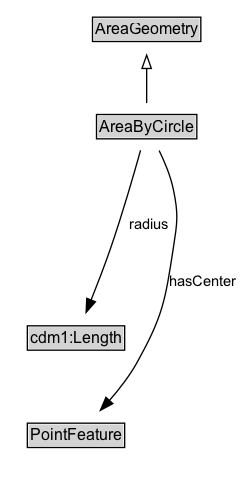
ISO-TC204/ontology-its-location-v1 keeps this Graphviz diagram as docs/diagrams/AreaByCircle.dot.png. Above is the earlier version. Its source is kept beside it as docs/diagrams/AreaByCircle.dot.
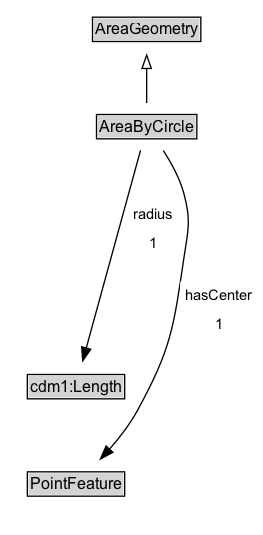
The same file after the commit.

The edit, as a diff of the source:
```diff
@@ -21,7 +21,7 @@
 	Invis -> cdm1_Length [style=invis]
 	cdm1_Length -> PointFeature [style=invis]
 	PointFeature [label=<<TABLE BORDER="1" CELLBORDER="0" CELLSPACING="0" CELLPADDING="1"><TR><TD BGCOLOR="lightgray" ALIGN="CENTER">PointFeature</TD></TR></TABLE>> URL="../PointFeature" margin=0]
-	AreaByCircle -> PointFeature [label=hasCenter arrowhead=normal style=solid]
+	AreaByCircle -> PointFeature [label=<<TABLE BORDER="0" CELLBORDER="0" CELLSPACING="0" CELLPADDING="4" BGCOLOR="white"><TR><TD ALIGN="CENTER">hasCenter</TD></TR><TR><TD ALIGN="CENTER">1</TD></TR></TABLE>> arrowhead=normal style=solid]
 	cdm1_Length [label=<<TABLE BORDER="1" CELLBORDER="0" CELLSPACING="0" CELLPADDING="1"><TR><TD BGCOLOR="lightgray" ALIGN="CENTER">cdm1:Length</TD></TR></TABLE>> URL="https://w3id.org/citydata/part1/v1/Length" margin=0]
-	AreaByCircle -> cdm1_Length [label=radius arrowhead=normal style=solid]
+	AreaByCircle -> cdm1_Length [label=<<TABLE BORDER="0" CELLBORDER="0" CELLSPACING="0" CELLPADDING="4" BGCOLOR="white"><TR><TD ALIGN="CENTER">radius</TD></TR><TR><TD ALIGN="CENTER">1</TD></TR></TABLE>> arrowhead=normal style=solid]
 }
```
